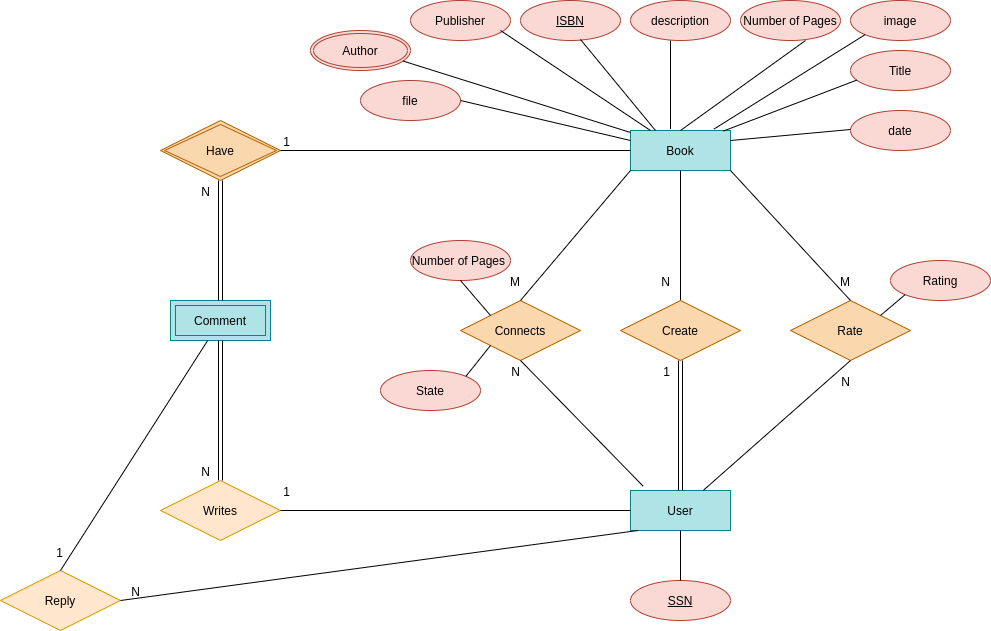
The draw.io diagram Database/ER.png in web-programming-course/SadafSocialNetwork, before a commit. Source tidied: cells renumbered, new cells last; positions are measured from the earlier drawing's top-left corner, leaving out a move shared by most shapes.
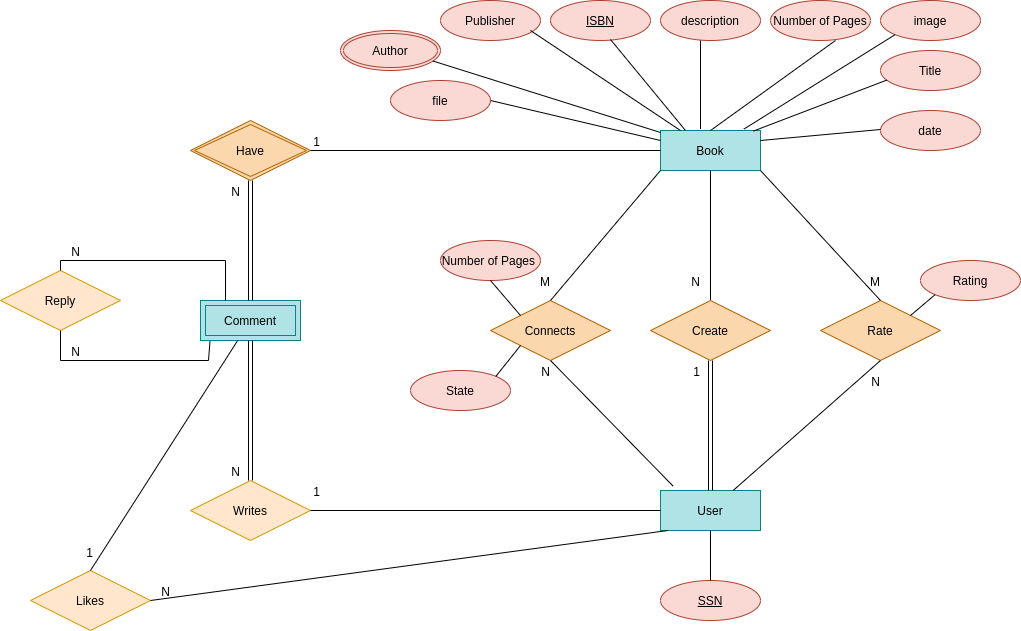
After the commit.

What changed in the source:
```diff
@@ -209,7 +209,7 @@
         <mxPoint x="9.6" y="-10" as="offset" />
       </mxGeometry>
     </mxCell>
-    <mxCell id="57" value="Reply" style="shape=rhombus;perimeter=rhombusPerimeter;whiteSpace=wrap;html=1;align=center;fillColor=#FFE6CC;strokeColor=#D79B00;" parent="1" vertex="1">
+    <mxCell id="57" value="Likes" style="shape=rhombus;perimeter=rhombusPerimeter;whiteSpace=wrap;html=1;align=center;fillColor=#FFE6CC;strokeColor=#D79B00;" parent="1" vertex="1">
       <mxGeometry y="570" width="120" height="60" as="geometry" />
     </mxCell>
     <mxCell id="58" style="endArrow=none;html=1;rounded=0;entryX=0.5;entryY=0;entryDx=0;entryDy=0;" parent="1" edge="1" source="46" target="57">
@@ -228,5 +228,34 @@
         <mxPoint x="20" as="offset" />
       </mxGeometry>
     </mxCell>
+    <mxCell id="62" value="Reply" style="shape=rhombus;perimeter=rhombusPerimeter;whiteSpace=wrap;html=1;align=center;fillColor=#FFE6CC;strokeColor=#D79B00;" parent="1" vertex="1">
+      <mxGeometry x="-30" y="270" width="120" height="60" as="geometry" />
+    </mxCell>
+    <mxCell id="63" style="endArrow=none;html=1;rounded=0;exitX=0.5;exitY=0;exitDx=0;exitDy=0;entryX=0.25;entryY=0;entryDx=0;entryDy=0;" parent="1" edge="1" source="62" target="46">
+      <mxGeometry relative="1" as="geometry">
+        <Array as="points">
+          <mxPoint x="30" y="260" />
+          <mxPoint x="195" y="260" />
+        </Array>
+      </mxGeometry>
+    </mxCell>
+    <mxCell id="64" value="N" style="html=1;align=right;verticalAlign=bottom;" parent="63" vertex="1">
+      <mxGeometry x="1" relative="1" as="geometry">
+        <mxPoint x="-145" y="-40" as="offset" />
+      </mxGeometry>
+    </mxCell>
+    <mxCell id="65" style="endArrow=none;html=1;rounded=0;exitX=0.5;exitY=1;exitDx=0;exitDy=0;entryX=0.095;entryY=1.013;entryDx=0;entryDy=0;entryPerimeter=0;" parent="1" edge="1" source="62" target="46">
+      <mxGeometry relative="1" as="geometry">
+        <Array as="points">
+          <mxPoint x="30" y="360" />
+          <mxPoint x="178" y="360" />
+        </Array>
+      </mxGeometry>
+    </mxCell>
+    <mxCell id="66" value="N" style="html=1;align=right;verticalAlign=bottom;" parent="65" vertex="1">
+      <mxGeometry x="1" relative="1" as="geometry">
+        <mxPoint x="-129.5" y="19.9" as="offset" />
+      </mxGeometry>
+    </mxCell>
   </root>
 </mxGraphModel>
```
